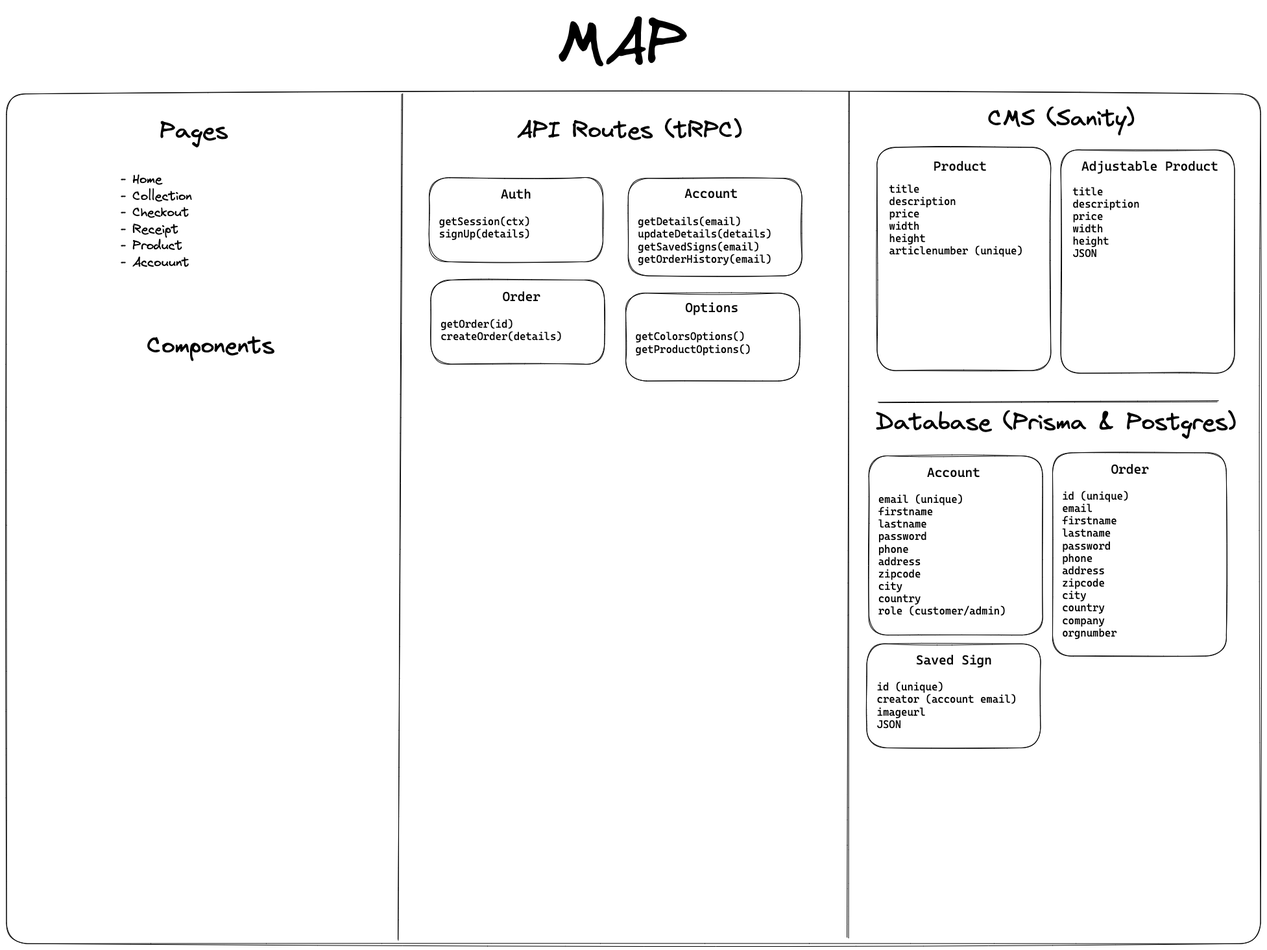
Earlier version of the Excalidraw export map.excalidraw.png (simon-bonnedahl/toni-design). Source tidied: one line per element, renumbered; positions are measured from the earlier drawing's top-left corner, leaving out a move shared by most shapes. The source it was exported from:
```json
{"id": 0, "type": "rectangle", "strokeColor": "#000000", "strokeWidth": 1, "roughness": 1, "round": true, "x": 0, "y": 135, "width": 1933, "height": 1310}
{"id": 1, "type": "text", "text": "MAP", "strokeColor": "#000000", "strokeWidth": 1, "roughness": 1, "fontSize": 96.36, "fontFamily": 1, "x": 849, "y": 0, "width": 202, "height": 122}
{"id": 2, "type": "text", "text": "CMS (Sanity)", "strokeColor": "#000000", "strokeWidth": 1, "roughness": 1, "fontSize": 36, "fontFamily": 1, "x": 1513, "y": 151, "width": 227, "height": 45}
{"id": 3, "type": "line", "strokeColor": "#000000", "strokeWidth": 1, "roughness": 1, "round": true, "x": 1299, "y": 131, "width": 2, "height": 1304, "points": [[0, 0], [-2, 1304]]}
{"id": 4, "type": "text", "text": "Database (Prisma & Postgres)", "strokeColor": "#000000", "strokeWidth": 1, "roughness": 1, "fontSize": 36, "fontFamily": 1, "x": 1340, "y": 619, "width": 556, "height": 45}
{"id": 5, "type": "line", "strokeColor": "#000000", "strokeWidth": 1, "roughness": 1, "round": true, "x": 610, "y": 134, "width": 8, "height": 1304, "points": [[0, 0], [-8, 1304]]}
{"id": 6, "type": "line", "strokeColor": "#000000", "strokeWidth": 1, "roughness": 1, "round": true, "x": 1345, "y": 610, "width": 523, "height": 2, "points": [[0, 0], [523, -2]]}
{"id": 7, "type": "text", "text": "API Routes (tRPC)", "strokeColor": "#000000", "strokeWidth": 1, "roughness": 1, "fontSize": 36, "fontFamily": 1, "x": 787, "y": 169, "width": 347, "height": 45}
{"id": 8, "type": "text", "text": "Pages", "strokeColor": "#000000", "strokeWidth": 1, "roughness": 1, "fontSize": 36, "fontFamily": 1, "x": 236, "y": 170, "width": 106, "height": 45}
{"id": 9, "type": "rectangle", "strokeColor": "#000000", "strokeWidth": 1, "roughness": 1, "round": true, "x": 652, "y": 264, "width": 268, "height": 130}
{"id": 10, "type": "text", "text": "Auth", "strokeColor": "#000000", "strokeWidth": 1, "roughness": 1, "fontSize": 20, "fontFamily": 3, "x": 762, "y": 277, "width": 48, "height": 24}
{"id": 11, "type": "text", "text": "getSession(ctx)\nsignUp(details)", "strokeColor": "#000000", "strokeWidth": 1, "roughness": 1, "fontSize": 16, "fontFamily": 3, "x": 667, "y": 321, "width": 142, "height": 38}
{"id": 12, "type": "rectangle", "strokeColor": "#000000", "strokeWidth": 1, "roughness": 1, "round": true, "x": 958, "y": 265, "width": 268, "height": 150}
{"id": 13, "type": "text", "text": "Account", "strokeColor": "#000000", "strokeWidth": 1, "roughness": 1, "fontSize": 20, "fontFamily": 3, "x": 1045, "y": 276, "width": 83, "height": 24}
{"id": 14, "type": "text", "text": "getDetails(email)\nupdateDetails(details)\ngetSavedSigns(email)\ngetOrderHistory(email)\n\n", "strokeColor": "#000000", "strokeWidth": 1, "roughness": 1, "fontSize": 16, "fontFamily": 3, "x": 973, "y": 322, "width": 206, "height": 115}
{"id": 15, "type": "rectangle", "strokeColor": "#000000", "strokeWidth": 1, "roughness": 1, "round": true, "x": 1329, "y": 693, "width": 268, "height": 276}
{"id": 16, "type": "text", "text": "Account", "strokeColor": "#000000", "strokeWidth": 1, "roughness": 1, "fontSize": 20, "fontFamily": 3, "x": 1419, "y": 706, "width": 83, "height": 24}
{"id": 17, "type": "text", "text": "email (unique)\nfirstname\nlastname\npassword\nphone\naddress\nzipcode\ncity\ncountry\nrole (customer/admin)\n\n", "strokeColor": "#000000", "strokeWidth": 1, "roughness": 1, "fontSize": 16, "fontFamily": 3, "x": 1344, "y": 750, "width": 197, "height": 230}
{"id": 18, "type": "rectangle", "strokeColor": "#000000", "strokeWidth": 1, "roughness": 1, "round": true, "x": 955, "y": 442, "width": 268, "height": 135}
{"id": 19, "type": "text", "text": "Options", "strokeColor": "#000000", "strokeWidth": 1, "roughness": 1, "fontSize": 20, "fontFamily": 3, "x": 1046, "y": 452, "width": 83, "height": 24}
{"id": 20, "type": "text", "text": "getColorsOptions()\ngetProductOptions()\n\n", "strokeColor": "#000000", "strokeWidth": 1, "roughness": 1, "fontSize": 16, "fontFamily": 3, "x": 970, "y": 499, "width": 178, "height": 77}
{"id": 21, "type": "rectangle", "strokeColor": "#000000", "strokeWidth": 1, "roughness": 1, "round": true, "x": 1613, "y": 688, "width": 268, "height": 313}
{"id": 22, "type": "text", "text": "Order", "strokeColor": "#000000", "strokeWidth": 1, "roughness": 1, "fontSize": 20, "fontFamily": 3, "x": 1702, "y": 701, "width": 60, "height": 24}
{"id": 23, "type": "text", "text": "id (unique)\nemail\nfirstname\nlastname\npassword\nphone\naddress\nzipcode\ncity\ncountry\ncompany\norgnumber\n", "strokeColor": "#000000", "strokeWidth": 1, "roughness": 1, "fontSize": 16, "fontFamily": 3, "x": 1627, "y": 745, "width": 103, "height": 249}
{"id": 24, "type": "rectangle", "strokeColor": "#000000", "strokeWidth": 1, "roughness": 1, "round": true, "x": 1326, "y": 982, "width": 268, "height": 160}
{"id": 25, "type": "text", "text": "Saved Sign", "strokeColor": "#000000", "strokeWidth": 1, "roughness": 1, "fontSize": 20, "fontFamily": 3, "x": 1402, "y": 995, "width": 118, "height": 24}
{"id": 26, "type": "text", "text": "id (unique)\ncreator (account email)\nimageurl\nJSON\n", "strokeColor": "#000000", "strokeWidth": 1, "roughness": 1, "fontSize": 16, "fontFamily": 3, "x": 1342, "y": 1039, "width": 216, "height": 96}
{"id": 27, "type": "rectangle", "strokeColor": "#000000", "strokeWidth": 1, "roughness": 1, "round": true, "x": 654, "y": 422, "width": 268, "height": 130}
{"id": 28, "type": "text", "text": "Order", "strokeColor": "#000000", "strokeWidth": 1, "roughness": 1, "fontSize": 20, "fontFamily": 3, "x": 764, "y": 435, "width": 60, "height": 24}
{"id": 29, "type": "text", "text": "getOrder(id)\ncreateOrder(details)", "strokeColor": "#000000", "strokeWidth": 1, "roughness": 1, "fontSize": 16, "fontFamily": 3, "x": 669, "y": 479, "width": 188, "height": 38}
{"id": 30, "type": "text", "text": "Components", "strokeColor": "#000000", "strokeWidth": 1, "roughness": 1, "fontSize": 36, "fontFamily": 1, "x": 216, "y": 501, "width": 198, "height": 45}
{"id": 31, "type": "text", "text": "- Home\n- Collection\n- Checkout\n- Receipt\n- Product\n- Accouunt", "strokeColor": "#000000", "strokeWidth": 1, "roughness": 1, "fontSize": 20, "fontFamily": 1, "x": 176, "y": 255, "width": 110, "height": 153}
{"id": 32, "type": "rectangle", "strokeColor": "#000000", "strokeWidth": 1, "roughness": 1, "round": true, "x": 1342, "y": 217, "width": 268, "height": 344}
{"id": 33, "type": "text", "text": "Product", "strokeColor": "#000000", "strokeWidth": 1, "roughness": 1, "fontSize": 20, "fontFamily": 3, "x": 1429, "y": 234, "width": 83, "height": 24}
{"id": 34, "type": "text", "text": "title\ndescription\nprice\nwidth\nheight\narticlenumber (unique)", "strokeColor": "#000000", "strokeWidth": 1, "roughness": 1, "fontSize": 16, "fontFamily": 3, "x": 1361, "y": 271, "width": 207, "height": 115}
{"id": 35, "type": "rectangle", "strokeColor": "#000000", "strokeWidth": 1, "roughness": 1, "round": true, "x": 1625, "y": 221, "width": 268, "height": 344}
{"id": 36, "type": "text", "text": "Adjustable Product", "strokeColor": "#000000", "strokeWidth": 1, "roughness": 1, "fontSize": 20, "fontFamily": 3, "x": 1657, "y": 234, "width": 212, "height": 24}
{"id": 37, "type": "text", "text": "title\ndescription\nprice\nwidth\nheight\nJSON\n", "strokeColor": "#000000", "strokeWidth": 1, "roughness": 1, "fontSize": 16, "fontFamily": 3, "x": 1643, "y": 275, "width": 103, "height": 134}
```
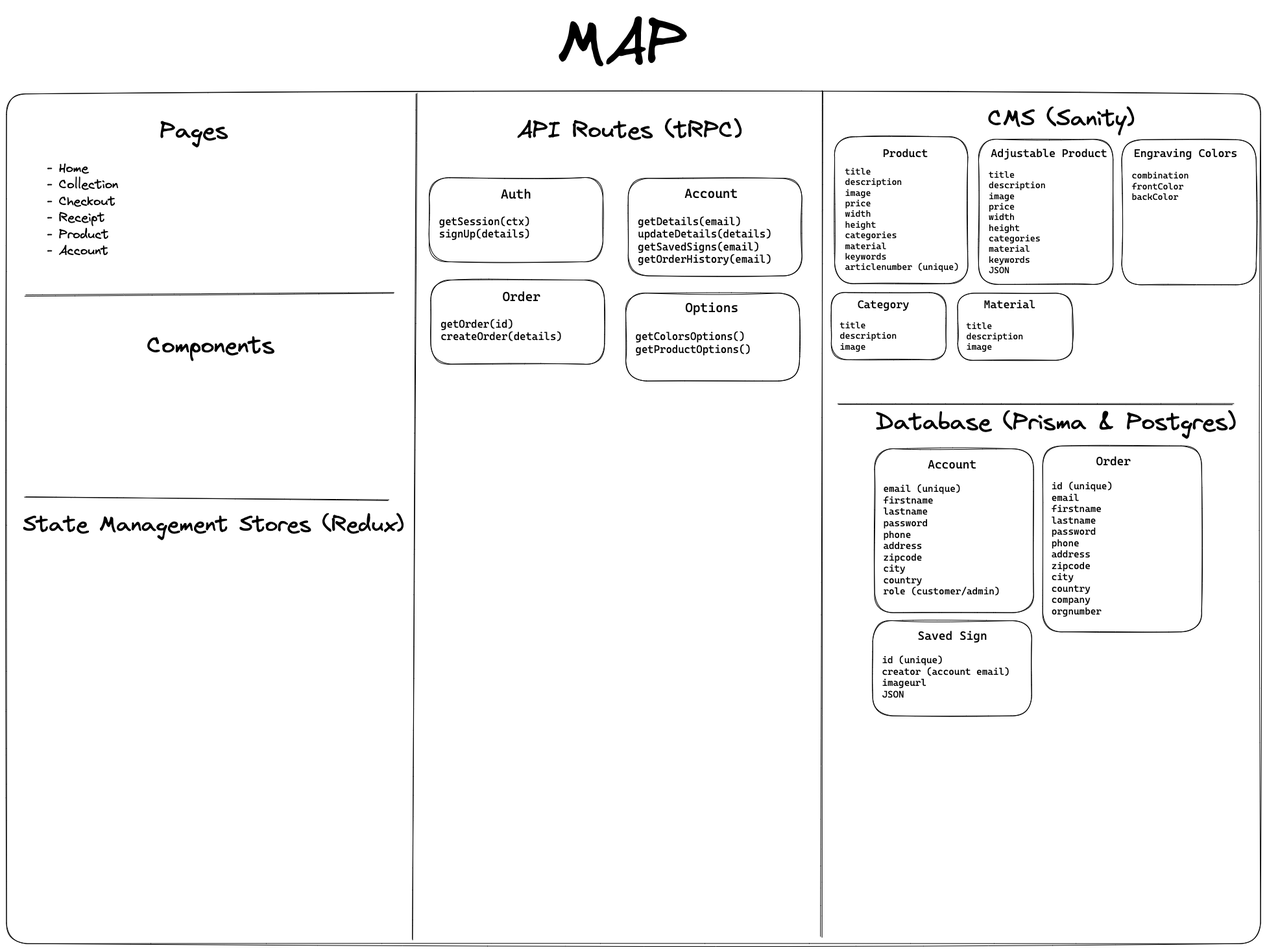
After the change.

Diff of the diagram source:
```diff
@@ -1,10 +1,10 @@
 {"id": 0, "type": "rectangle", "strokeColor": "#000000", "strokeWidth": 1, "roughness": 1, "round": true, "x": 0, "y": 135, "width": 1933, "height": 1310}
 {"id": 1, "type": "text", "text": "MAP", "strokeColor": "#000000", "strokeWidth": 1, "roughness": 1, "fontSize": 96.36, "fontFamily": 1, "x": 849, "y": 0, "width": 202, "height": 122}
 {"id": 2, "type": "text", "text": "CMS (Sanity)", "strokeColor": "#000000", "strokeWidth": 1, "roughness": 1, "fontSize": 36, "fontFamily": 1, "x": 1513, "y": 151, "width": 227, "height": 45}
-{"id": 3, "type": "line", "strokeColor": "#000000", "strokeWidth": 1, "roughness": 1, "round": true, "x": 1299, "y": 131, "width": 2, "height": 1304, "points": [[0, 0], [-2, 1304]]}
+{"id": 3, "type": "line", "strokeColor": "#000000", "strokeWidth": 1, "roughness": 1, "round": true, "x": 1258, "y": 129, "width": 2, "height": 1304, "points": [[0, 0], [-2, 1304]]}
 {"id": 4, "type": "text", "text": "Database (Prisma & Postgres)", "strokeColor": "#000000", "strokeWidth": 1, "roughness": 1, "fontSize": 36, "fontFamily": 1, "x": 1340, "y": 619, "width": 556, "height": 45}
-{"id": 5, "type": "line", "strokeColor": "#000000", "strokeWidth": 1, "roughness": 1, "round": true, "x": 610, "y": 134, "width": 8, "height": 1304, "points": [[0, 0], [-8, 1304]]}
+{"id": 5, "type": "line", "strokeColor": "#000000", "strokeWidth": 1, "roughness": 1, "round": true, "x": 632, "y": 134, "width": 8, "height": 1304, "points": [[0, 0], [-8, 1304]]}
-{"id": 6, "type": "line", "strokeColor": "#000000", "strokeWidth": 1, "roughness": 1, "round": true, "x": 1345, "y": 610, "width": 523, "height": 2, "points": [[0, 0], [523, -2]]}
+{"id": 6, "type": "line", "strokeColor": "#000000", "strokeWidth": 1, "roughness": 1, "round": true, "x": 1283, "y": 613, "width": 608, "height": 0, "points": [[0, 0], [608, 0]]}
 {"id": 7, "type": "text", "text": "API Routes (tRPC)", "strokeColor": "#000000", "strokeWidth": 1, "roughness": 1, "fontSize": 36, "fontFamily": 1, "x": 787, "y": 169, "width": 347, "height": 45}
 {"id": 8, "type": "text", "text": "Pages", "strokeColor": "#000000", "strokeWidth": 1, "roughness": 1, "fontSize": 36, "fontFamily": 1, "x": 236, "y": 170, "width": 106, "height": 45}
 {"id": 9, "type": "rectangle", "strokeColor": "#000000", "strokeWidth": 1, "roughness": 1, "round": true, "x": 652, "y": 264, "width": 268, "height": 130}
@@ -13,26 +13,38 @@
 {"id": 12, "type": "rectangle", "strokeColor": "#000000", "strokeWidth": 1, "roughness": 1, "round": true, "x": 958, "y": 265, "width": 268, "height": 150}
 {"id": 13, "type": "text", "text": "Account", "strokeColor": "#000000", "strokeWidth": 1, "roughness": 1, "fontSize": 20, "fontFamily": 3, "x": 1045, "y": 276, "width": 83, "height": 24}
 {"id": 14, "type": "text", "text": "getDetails(email)\nupdateDetails(details)\ngetSavedSigns(email)\ngetOrderHistory(email)\n\n", "strokeColor": "#000000", "strokeWidth": 1, "roughness": 1, "fontSize": 16, "fontFamily": 3, "x": 973, "y": 322, "width": 206, "height": 115}
-{"id": 15, "type": "rectangle", "strokeColor": "#000000", "strokeWidth": 1, "roughness": 1, "round": true, "x": 1329, "y": 693, "width": 268, "height": 276}
+{"id": 15, "type": "rectangle", "strokeColor": "#000000", "strokeWidth": 1, "roughness": 1, "round": true, "x": 1338, "y": 682, "width": 245, "height": 252}
-{"id": 16, "type": "text", "text": "Account", "strokeColor": "#000000", "strokeWidth": 1, "roughness": 1, "fontSize": 20, "fontFamily": 3, "x": 1419, "y": 706, "width": 83, "height": 24}
+{"id": 16, "type": "text", "text": "Account", "strokeColor": "#000000", "strokeWidth": 1, "roughness": 1, "fontSize": 18.29, "fontFamily": 3, "x": 1420, "y": 694, "width": 76, "height": 22}
-{"id": 17, "type": "text", "text": "email (unique)\nfirstname\nlastname\npassword\nphone\naddress\nzipcode\ncity\ncountry\nrole (customer/admin)\n\n", "strokeColor": "#000000", "strokeWidth": 1, "roughness": 1, "fontSize": 16, "fontFamily": 3, "x": 1344, "y": 750, "width": 197, "height": 230}
+{"id": 17, "type": "text", "text": "email (unique)\nfirstname\nlastname\npassword\nphone\naddress\nzipcode\ncity\ncountry\nrole (customer/admin)\n\n", "strokeColor": "#000000", "strokeWidth": 1, "roughness": 1, "fontSize": 14.64, "fontFamily": 3, "x": 1351, "y": 734, "width": 180, "height": 210}
 {"id": 18, "type": "rectangle", "strokeColor": "#000000", "strokeWidth": 1, "roughness": 1, "round": true, "x": 955, "y": 442, "width": 268, "height": 135}
 {"id": 19, "type": "text", "text": "Options", "strokeColor": "#000000", "strokeWidth": 1, "roughness": 1, "fontSize": 20, "fontFamily": 3, "x": 1046, "y": 452, "width": 83, "height": 24}
 {"id": 20, "type": "text", "text": "getColorsOptions()\ngetProductOptions()\n\n", "strokeColor": "#000000", "strokeWidth": 1, "roughness": 1, "fontSize": 16, "fontFamily": 3, "x": 970, "y": 499, "width": 178, "height": 77}
-{"id": 21, "type": "rectangle", "strokeColor": "#000000", "strokeWidth": 1, "roughness": 1, "round": true, "x": 1613, "y": 688, "width": 268, "height": 313}
+{"id": 21, "type": "rectangle", "strokeColor": "#000000", "strokeWidth": 1, "roughness": 1, "round": true, "x": 1597, "y": 677, "width": 245, "height": 286}
-{"id": 22, "type": "text", "text": "Order", "strokeColor": "#000000", "strokeWidth": 1, "roughness": 1, "fontSize": 20, "fontFamily": 3, "x": 1702, "y": 701, "width": 60, "height": 24}
+{"id": 22, "type": "text", "text": "Order", "strokeColor": "#000000", "strokeWidth": 1, "roughness": 1, "fontSize": 18.29, "fontFamily": 3, "x": 1679, "y": 689, "width": 55, "height": 22}
-{"id": 23, "type": "text", "text": "id (unique)\nemail\nfirstname\nlastname\npassword\nphone\naddress\nzipcode\ncity\ncountry\ncompany\norgnumber\n", "strokeColor": "#000000", "strokeWidth": 1, "roughness": 1, "fontSize": 16, "fontFamily": 3, "x": 1627, "y": 745, "width": 103, "height": 249}
+{"id": 23, "type": "text", "text": "id (unique)\nemail\nfirstname\nlastname\npassword\nphone\naddress\nzipcode\ncity\ncountry\ncompany\norgnumber\n", "strokeColor": "#000000", "strokeWidth": 1, "roughness": 1, "fontSize": 14.64, "fontFamily": 3, "x": 1611, "y": 729, "width": 94, "height": 228}
-{"id": 24, "type": "rectangle", "strokeColor": "#000000", "strokeWidth": 1, "roughness": 1, "round": true, "x": 1326, "y": 982, "width": 268, "height": 160}
+{"id": 24, "type": "rectangle", "strokeColor": "#000000", "strokeWidth": 1, "roughness": 1, "round": true, "x": 1335, "y": 947, "width": 245, "height": 147}
-{"id": 25, "type": "text", "text": "Saved Sign", "strokeColor": "#000000", "strokeWidth": 1, "roughness": 1, "fontSize": 20, "fontFamily": 3, "x": 1402, "y": 995, "width": 118, "height": 24}
+{"id": 25, "type": "text", "text": "Saved Sign", "strokeColor": "#000000", "strokeWidth": 1, "roughness": 1, "fontSize": 18.29, "fontFamily": 3, "x": 1405, "y": 958, "width": 108, "height": 22}
-{"id": 26, "type": "text", "text": "id (unique)\ncreator (account email)\nimageurl\nJSON\n", "strokeColor": "#000000", "strokeWidth": 1, "roughness": 1, "fontSize": 16, "fontFamily": 3, "x": 1342, "y": 1039, "width": 216, "height": 96}
+{"id": 26, "type": "text", "text": "id (unique)\ncreator (account email)\nimageurl\nJSON\n", "strokeColor": "#000000", "strokeWidth": 1, "roughness": 1, "fontSize": 14.64, "fontFamily": 3, "x": 1349, "y": 998, "width": 198, "height": 88}
 {"id": 27, "type": "rectangle", "strokeColor": "#000000", "strokeWidth": 1, "roughness": 1, "round": true, "x": 654, "y": 422, "width": 268, "height": 130}
 {"id": 28, "type": "text", "text": "Order", "strokeColor": "#000000", "strokeWidth": 1, "roughness": 1, "fontSize": 20, "fontFamily": 3, "x": 764, "y": 435, "width": 60, "height": 24}
 {"id": 29, "type": "text", "text": "getOrder(id)\ncreateOrder(details)", "strokeColor": "#000000", "strokeWidth": 1, "roughness": 1, "fontSize": 16, "fontFamily": 3, "x": 669, "y": 479, "width": 188, "height": 38}
 {"id": 30, "type": "text", "text": "Components", "strokeColor": "#000000", "strokeWidth": 1, "roughness": 1, "fontSize": 36, "fontFamily": 1, "x": 216, "y": 501, "width": 198, "height": 45}
-{"id": 31, "type": "text", "text": "- Home\n- Collection\n- Checkout\n- Receipt\n- Product\n- Accouunt", "strokeColor": "#000000", "strokeWidth": 1, "roughness": 1, "fontSize": 20, "fontFamily": 1, "x": 176, "y": 255, "width": 110, "height": 153}
+{"id": 31, "type": "text", "text": "- Home\n- Collection\n- Checkout\n- Receipt\n- Product\n- Account", "strokeColor": "#000000", "strokeWidth": 1, "roughness": 1, "fontSize": 20, "fontFamily": 1, "x": 63, "y": 237, "width": 110, "height": 153}
-{"id": 32, "type": "rectangle", "strokeColor": "#000000", "strokeWidth": 1, "roughness": 1, "round": true, "x": 1342, "y": 217, "width": 268, "height": 344}
+{"id": 32, "type": "rectangle", "strokeColor": "#000000", "strokeWidth": 1, "roughness": 1, "round": true, "x": 1277, "y": 201, "width": 205, "height": 226}
-{"id": 33, "type": "text", "text": "Product", "strokeColor": "#000000", "strokeWidth": 1, "roughness": 1, "fontSize": 20, "fontFamily": 3, "x": 1429, "y": 234, "width": 83, "height": 24}
+{"id": 33, "type": "text", "text": "Product", "strokeColor": "#000000", "strokeWidth": 1, "roughness": 1, "fontSize": 17.03, "fontFamily": 3, "x": 1351, "y": 215, "width": 71, "height": 20}
-{"id": 34, "type": "text", "text": "title\ndescription\nprice\nwidth\nheight\narticlenumber (unique)", "strokeColor": "#000000", "strokeWidth": 1, "roughness": 1, "fontSize": 16, "fontFamily": 3, "x": 1361, "y": 271, "width": 207, "height": 115}
+{"id": 34, "type": "text", "text": "title\ndescription\nimage\nprice\nwidth\nheight\ncategories\nmaterial\nkeywords\narticlenumber (unique)", "strokeColor": "#000000", "strokeWidth": 1, "roughness": 1, "fontSize": 13.62, "fontFamily": 3, "x": 1293, "y": 247, "width": 176, "height": 163}
-{"id": 35, "type": "rectangle", "strokeColor": "#000000", "strokeWidth": 1, "roughness": 1, "round": true, "x": 1625, "y": 221, "width": 268, "height": 344}
+{"id": 35, "type": "rectangle", "strokeColor": "#000000", "strokeWidth": 1, "roughness": 1, "round": true, "x": 1498, "y": 205, "width": 207, "height": 224}
-{"id": 36, "type": "text", "text": "Adjustable Product", "strokeColor": "#000000", "strokeWidth": 1, "roughness": 1, "fontSize": 20, "fontFamily": 3, "x": 1657, "y": 234, "width": 212, "height": 24}
+{"id": 36, "type": "text", "text": "Adjustable Product", "strokeColor": "#000000", "strokeWidth": 1, "roughness": 1, "fontSize": 17.03, "fontFamily": 3, "x": 1517, "y": 215, "width": 180, "height": 20}
-{"id": 37, "type": "text", "text": "title\ndescription\nprice\nwidth\nheight\nJSON\n", "strokeColor": "#000000", "strokeWidth": 1, "roughness": 1, "fontSize": 16, "fontFamily": 3, "x": 1643, "y": 275, "width": 103, "height": 134}
+{"id": 37, "type": "text", "text": "title\ndescription\nimage\nprice\nwidth\nheight\ncategories\nmaterial\nkeywords\nJSON\n", "strokeColor": "#000000", "strokeWidth": 1, "roughness": 1, "fontSize": 13.62, "fontFamily": 3, "x": 1514, "y": 251, "width": 88, "height": 180}
+{"id": 38, "type": "rectangle", "strokeColor": "#000000", "strokeWidth": 1, "roughness": 1, "round": true, "x": 1271, "y": 441, "width": 177, "height": 103}
+{"id": 39, "type": "text", "text": "Category", "strokeColor": "#000000", "strokeWidth": 1, "roughness": 1, "fontSize": 17.03, "fontFamily": 3, "x": 1312, "y": 448, "width": 81, "height": 20}
+{"id": 40, "type": "text", "text": "title\ndescription\nimage", "strokeColor": "#000000", "strokeWidth": 1, "roughness": 1, "fontSize": 13.62, "fontFamily": 3, "x": 1285, "y": 483, "width": 88, "height": 49}
+{"id": 41, "type": "rectangle", "strokeColor": "#000000", "strokeWidth": 1, "roughness": 1, "round": true, "x": 1719, "y": 205, "width": 207, "height": 224}
+{"id": 42, "type": "text", "text": "Engraving Colors", "strokeColor": "#000000", "strokeWidth": 1, "roughness": 1, "fontSize": 17.03, "fontFamily": 3, "x": 1738, "y": 216, "width": 161, "height": 20}
+{"id": 43, "type": "text", "text": "combination\nfrontColor\nbackColor", "strokeColor": "#000000", "strokeWidth": 1, "roughness": 1, "fontSize": 13.62, "fontFamily": 3, "x": 1735, "y": 251, "width": 88, "height": 50}
+{"id": 44, "type": "rectangle", "strokeColor": "#000000", "strokeWidth": 1, "roughness": 1, "round": true, "x": 1466, "y": 442, "width": 177, "height": 103}
+{"id": 45, "type": "text", "text": "Material", "strokeColor": "#000000", "strokeWidth": 1, "roughness": 1, "fontSize": 17.03, "fontFamily": 3, "x": 1507, "y": 449, "width": 81, "height": 20}
+{"id": 46, "type": "text", "text": "title\ndescription\nimage", "strokeColor": "#000000", "strokeWidth": 1, "roughness": 1, "fontSize": 13.62, "fontFamily": 3, "x": 1479, "y": 484, "width": 88, "height": 49}
+{"id": 47, "type": "text", "text": "State Management Stores (Redux)", "strokeColor": "#000000", "strokeWidth": 1, "roughness": 1, "fontSize": 34.1, "fontFamily": 1, "x": 26, "y": 779, "width": 587, "height": 43}
+{"id": 48, "type": "line", "strokeColor": "#000000", "strokeWidth": 1, "roughness": 1, "round": true, "x": 30, "y": 445, "width": 567, "height": 4, "points": [[0, 0], [567, -4]]}
+{"id": 49, "type": "line", "strokeColor": "#000000", "strokeWidth": 1, "roughness": 1, "round": true, "x": 28, "y": 755, "width": 562, "height": 6, "points": [[0, 0], [562, 6]]}
```
